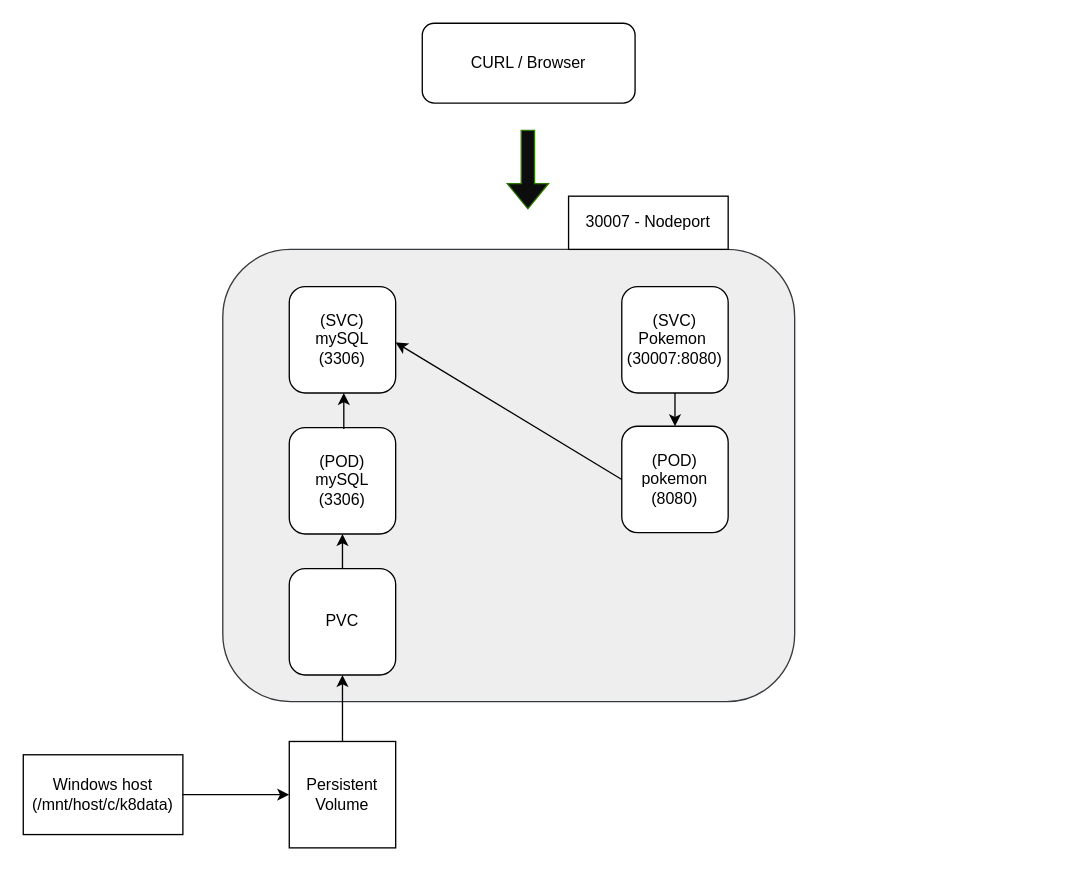
This is Untitled Diagram.drawio from bourgamb/pokemon_album_service, a draw.io file, before an edit. Source tidied: cells renumbered, new cells numbered last; positions are measured from the earlier drawing's top-left corner, leaving out a move shared by most shapes. Both pictures are drawn from the tidied source at 133%, with x=0, y=0 at pixel (23, 23).
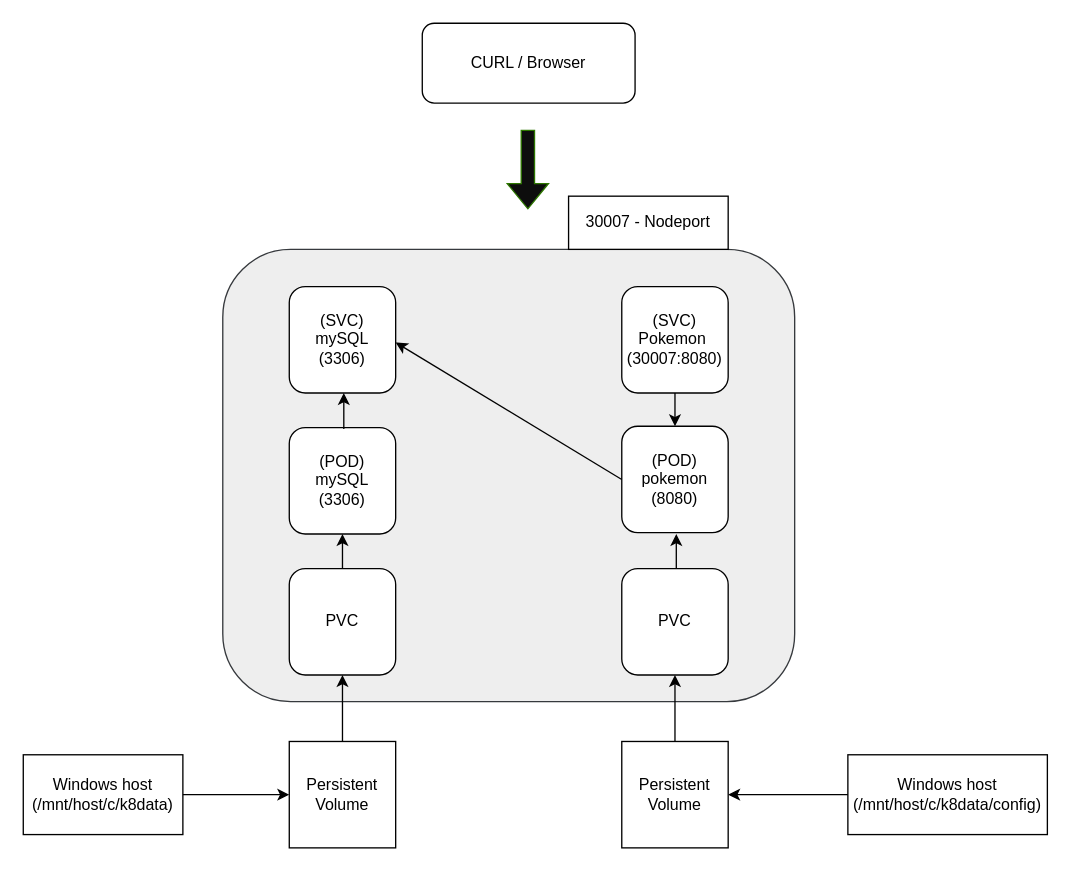
The same diagram, later.

What changed in the source:
```diff
@@
+    <mxCell id="19" value="Windows host&lt;br&gt;(/mnt/host/c/k8data/config)" style="rounded=0;whiteSpace=wrap;html=1;labelBackgroundColor=none;" parent="1" vertex="1">
+      <mxGeometry x="620" y="550" width="150" height="60" as="geometry" />
+    </mxCell>
+    <mxCell id="20" value="Persistent&lt;br&gt;Volume" style="whiteSpace=wrap;html=1;labelBackgroundColor=none;" parent="1" vertex="1">
+      <mxGeometry x="450" y="540" width="80" height="80" as="geometry" />
+    </mxCell>
+    <mxCell id="21" style="endArrow=classic;html=1;rounded=0;entryX=1;entryY=0.5;entryDx=0;entryDy=0;" parent="1" edge="1" target="20">
+      <mxGeometry relative="1" as="geometry">
+        <mxPoint x="620" y="580" as="sourcePoint" />
+      </mxGeometry>
+    </mxCell>
+    <mxCell id="22" value="PVC" style="whiteSpace=wrap;html=1;rounded=1;labelBackgroundColor=none;" parent="1" vertex="1">
+      <mxGeometry x="450" y="410" width="80" height="80" as="geometry" />
+    </mxCell>
+    <mxCell id="23" style="endArrow=classic;html=1;rounded=0;entryX=0.5;entryY=1;entryDx=0;entryDy=0;" parent="1" edge="1" target="22">
+      <mxGeometry relative="1" as="geometry">
+        <mxPoint x="490" y="540" as="sourcePoint" />
+      </mxGeometry>
+    </mxCell>
+    <mxCell id="24" style="endArrow=classic;html=1;rounded=0;exitX=0.5;exitY=0;exitDx=0;exitDy=0;entryX=0.5;entryY=1;entryDx=0;entryDy=0;labelBackgroundColor=none;fontColor=default;" parent="1" edge="1">
+      <mxGeometry relative="1" as="geometry">
+        <mxPoint x="491" y="410" as="sourcePoint" />
+        <mxPoint x="491" y="384" as="targetPoint" />
+      </mxGeometry>
+    </mxCell>
```
